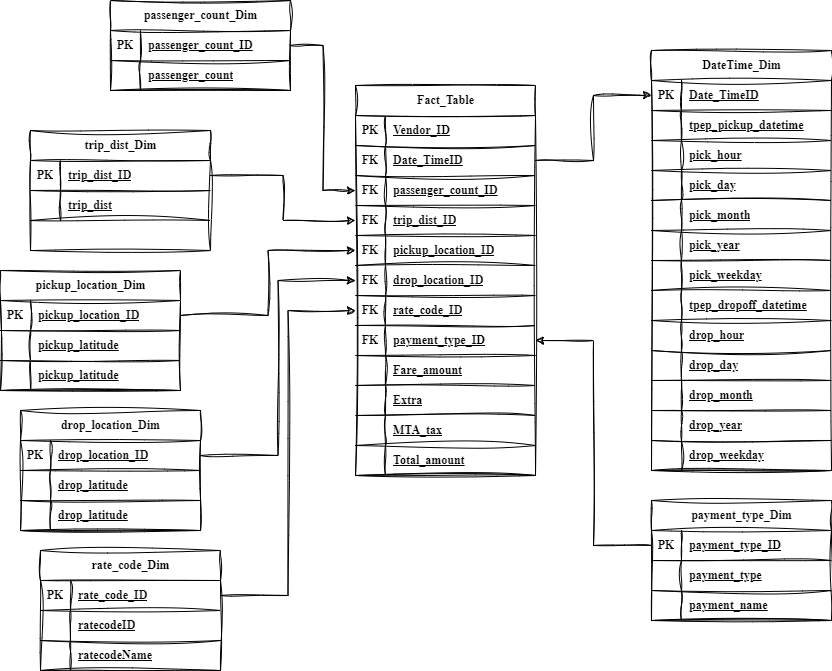
Earlier version of the draw.io export Data_Modelling.drawio.png (SiddharthChavan23/Uber_ETL_Pipeline_DataEngg). Source tidied: cells renumbered, new cells last; positions are measured from the earlier drawing's top-left corner, leaving out a move shared by most shapes.
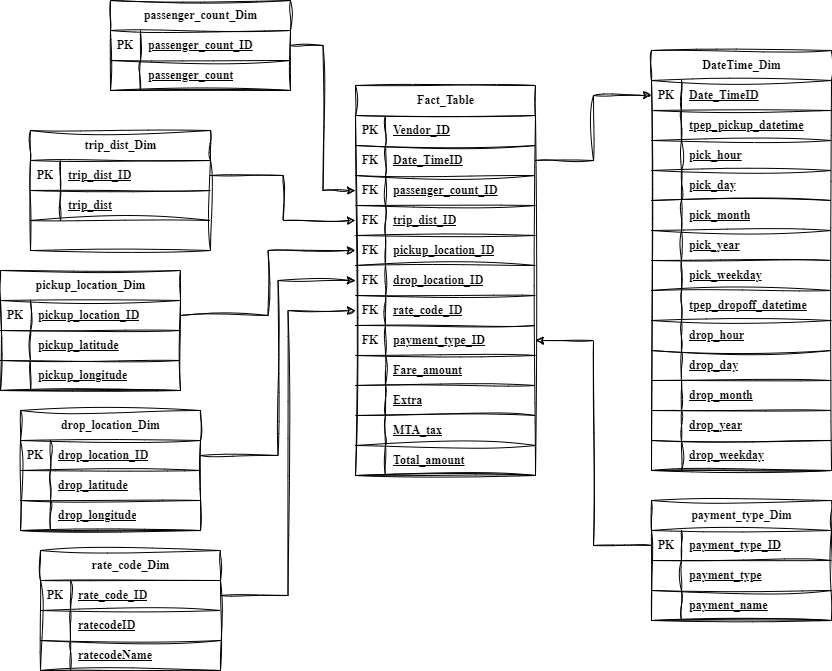
The same diagram one commit later.

Change to the diagram source:
```diff
@@ -308,7 +308,7 @@
     <mxCell id="103" style="shape=partialRectangle;fillColor=none;top=0;left=0;bottom=0;right=0;fontStyle=1;overflow=hidden;whiteSpace=wrap;html=1;shadow=0;labelBorderColor=none;labelBackgroundColor=none;fontFamily=Times New Roman;sketch=1;curveFitting=1;jiggle=2;swimlaneLine=1;" parent="102" vertex="1">
       <mxGeometry width="30" height="30" as="geometry" />
     </mxCell>
-    <mxCell id="104" value="pickup_latitude" style="shape=partialRectangle;fillColor=none;top=0;left=0;bottom=0;right=0;align=left;spacingLeft=6;fontStyle=5;overflow=hidden;whiteSpace=wrap;html=1;shadow=0;labelBorderColor=none;labelBackgroundColor=none;fontFamily=Times New Roman;sketch=1;curveFitting=1;jiggle=2;swimlaneLine=1;" parent="102" vertex="1">
+    <mxCell id="104" value="pickup_longitude" style="shape=partialRectangle;fillColor=none;top=0;left=0;bottom=0;right=0;align=left;spacingLeft=6;fontStyle=5;overflow=hidden;whiteSpace=wrap;html=1;shadow=0;labelBorderColor=none;labelBackgroundColor=none;fontFamily=Times New Roman;sketch=1;curveFitting=1;jiggle=2;swimlaneLine=1;" parent="102" vertex="1">
       <mxGeometry x="30" width="150" height="30" as="geometry" />
     </mxCell>
     <mxCell id="105" value="drop_location_Dim" style="shape=table;startSize=30;rowLines=0;fontStyle=1;align=center;html=1;shadow=0;labelBorderColor=none;labelBackgroundColor=none;fontFamily=Times New Roman;sketch=1;curveFitting=1;jiggle=2;swimlaneLine=1;" parent="1" vertex="1">
@@ -338,7 +338,7 @@
     <mxCell id="113" style="shape=partialRectangle;fillColor=none;top=0;left=0;bottom=0;right=0;fontStyle=1;overflow=hidden;whiteSpace=wrap;html=1;shadow=0;labelBorderColor=none;labelBackgroundColor=none;fontFamily=Times New Roman;sketch=1;curveFitting=1;jiggle=2;swimlaneLine=1;" parent="112" vertex="1">
       <mxGeometry width="30" height="30" as="geometry" />
     </mxCell>
-    <mxCell id="114" value="drop_latitude" style="shape=partialRectangle;fillColor=none;top=0;left=0;bottom=0;right=0;align=left;spacingLeft=6;fontStyle=5;overflow=hidden;whiteSpace=wrap;html=1;shadow=0;labelBorderColor=none;labelBackgroundColor=none;fontFamily=Times New Roman;sketch=1;curveFitting=1;jiggle=2;swimlaneLine=1;" parent="112" vertex="1">
+    <mxCell id="114" value="drop_longitude" style="shape=partialRectangle;fillColor=none;top=0;left=0;bottom=0;right=0;align=left;spacingLeft=6;fontStyle=5;overflow=hidden;whiteSpace=wrap;html=1;shadow=0;labelBorderColor=none;labelBackgroundColor=none;fontFamily=Times New Roman;sketch=1;curveFitting=1;jiggle=2;swimlaneLine=1;" parent="112" vertex="1">
       <mxGeometry x="30" width="150" height="30" as="geometry" />
     </mxCell>
     <mxCell id="115" style="edgeStyle=orthogonalEdgeStyle;rounded=0;jettySize=auto;html=1;exitX=1;exitY=0.5;exitDx=0;exitDy=0;entryX=0;entryY=0.5;entryDx=0;entryDy=0;shadow=0;labelBorderColor=none;labelBackgroundColor=none;fontFamily=Times New Roman;sketch=1;curveFitting=1;jiggle=2;swimlaneLine=1;" parent="1" edge="1" source="81" target="9">
```
